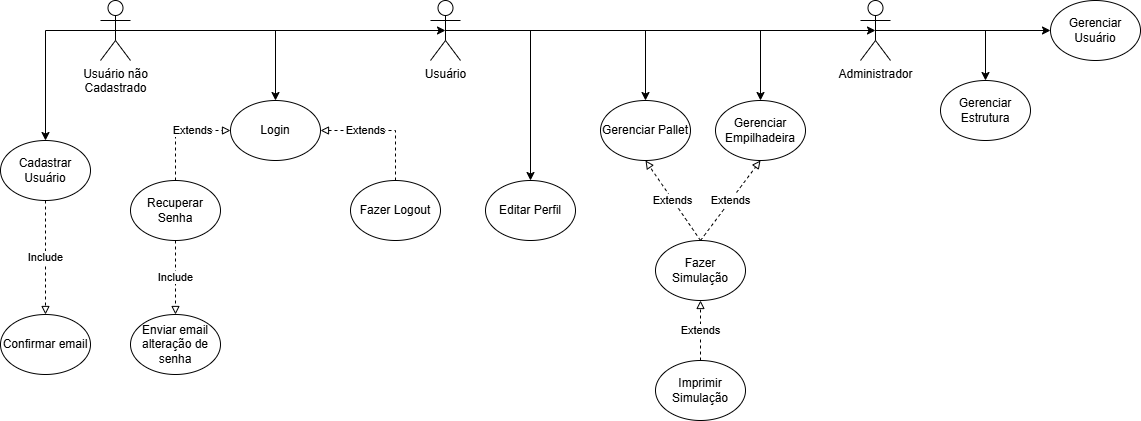
Before: 04.Diagrama Caso de Uso/01 - ALTO NIVEL/UML JAVA-LIDAY.png, a diagram exported from draw.io (JoaoKF1/Java-liday). Source tidied: cells renumbered, new cells last; positions are measured from the earlier drawing's top-left corner, leaving out a move shared by most shapes.
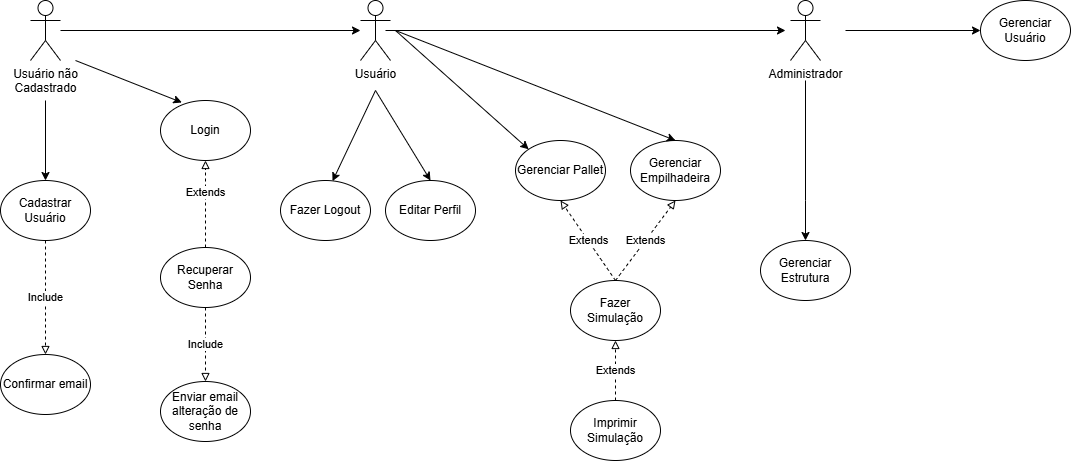
The same file after the commit.

What changed in the source:
```diff
@@ -5,63 +5,66 @@
     <mxCell id="2" value="Usuário" style="shape=umlActor;verticalLabelPosition=bottom;verticalAlign=top;html=1;outlineConnect=0;" parent="1" vertex="1">
       <mxGeometry x="430" width="30" height="60" as="geometry" />
     </mxCell>
-    <mxCell id="3" style="edgeStyle=orthogonalEdgeStyle;rounded=0;jettySize=auto;html=1;exitX=0.5;exitY=0.5;exitDx=0;exitDy=0;exitPerimeter=0;entryX=0.5;entryY=0;entryDx=0;entryDy=0;" parent="1" edge="1" source="5" target="11">
-      <mxGeometry relative="1" as="geometry" />
+    <mxCell id="3" style="edgeStyle=orthogonalEdgeStyle;rounded=0;jettySize=auto;html=1;entryX=0.5;entryY=0;entryDx=0;entryDy=0;" parent="1" edge="1" target="11">
+      <mxGeometry relative="1" as="geometry">
+        <mxPoint x="875" y="80" as="sourcePoint" />
+        <Array as="points">
+          <mxPoint x="875" y="200" />
+        </Array>
+      </mxGeometry>
     </mxCell>
-    <mxCell id="4" style="edgeStyle=orthogonalEdgeStyle;rounded=0;jettySize=auto;html=1;exitX=0.5;exitY=0.5;exitDx=0;exitDy=0;exitPerimeter=0;entryX=0;entryY=0.5;entryDx=0;entryDy=0;" parent="1" edge="1" source="5" target="16">
-      <mxGeometry relative="1" as="geometry" />
+    <mxCell id="4" style="edgeStyle=orthogonalEdgeStyle;rounded=0;jettySize=auto;html=1;entryX=0;entryY=0.5;entryDx=0;entryDy=0;" parent="1" edge="1" target="16">
+      <mxGeometry relative="1" as="geometry">
+        <mxPoint x="915" y="30" as="sourcePoint" />
+      </mxGeometry>
     </mxCell>
     <mxCell id="5" value="Administrador" style="shape=umlActor;verticalLabelPosition=bottom;verticalAlign=top;html=1;outlineConnect=0;" parent="1" vertex="1">
       <mxGeometry x="860" width="30" height="60" as="geometry" />
     </mxCell>
     <mxCell id="6" value="Cadastrar Usuário" style="ellipse;whiteSpace=wrap;html=1;" parent="1" vertex="1">
-      <mxGeometry y="140" width="90" height="60" as="geometry" />
+      <mxGeometry x="70" y="180" width="90" height="60" as="geometry" />
     </mxCell>
     <mxCell id="7" value="Confirmar email" style="ellipse;whiteSpace=wrap;html=1;" parent="1" vertex="1">
-      <mxGeometry y="314" width="90" height="60" as="geometry" />
+      <mxGeometry x="70" y="354" width="90" height="60" as="geometry" />
     </mxCell>
     <mxCell id="8" value="Login" style="ellipse;whiteSpace=wrap;html=1;" parent="1" vertex="1">
       <mxGeometry x="230" y="100" width="90" height="60" as="geometry" />
     </mxCell>
     <mxCell id="9" value="Gerenciar Pallet" style="ellipse;whiteSpace=wrap;html=1;" parent="1" vertex="1">
-      <mxGeometry x="600" y="100" width="90" height="60" as="geometry" />
+      <mxGeometry x="585" y="140" width="90" height="60" as="geometry" />
     </mxCell>
     <mxCell id="10" value="Gerenciar Empilhadeira" style="ellipse;whiteSpace=wrap;html=1;" parent="1" vertex="1">
-      <mxGeometry x="715" y="100" width="90" height="60" as="geometry" />
+      <mxGeometry x="700" y="140" width="90" height="60" as="geometry" />
     </mxCell>
     <mxCell id="11" value="Gerenciar Estrutura" style="ellipse;whiteSpace=wrap;html=1;" parent="1" vertex="1">
-      <mxGeometry x="940" y="80" width="90" height="60" as="geometry" />
+      <mxGeometry x="830" y="240" width="90" height="60" as="geometry" />
     </mxCell>
     <mxCell id="12" value="Fazer Simulação" style="ellipse;whiteSpace=wrap;html=1;" parent="1" vertex="1">
-      <mxGeometry x="655" y="240" width="90" height="60" as="geometry" />
+      <mxGeometry x="640" y="280" width="90" height="60" as="geometry" />
     </mxCell>
     <mxCell id="13" value="Fazer Logout" style="ellipse;whiteSpace=wrap;html=1;" parent="1" vertex="1">
       <mxGeometry x="350" y="180" width="90" height="60" as="geometry" />
     </mxCell>
     <mxCell id="14" value="Recuperar Senha" style="ellipse;whiteSpace=wrap;html=1;" parent="1" vertex="1">
-      <mxGeometry x="130" y="180" width="90" height="60" as="geometry" />
+      <mxGeometry x="230" y="247" width="90" height="60" as="geometry" />
     </mxCell>
     <mxCell id="15" value="Enviar email alteração de senha" style="ellipse;whiteSpace=wrap;html=1;" parent="1" vertex="1">
-      <mxGeometry x="130" y="314" width="90" height="60" as="geometry" />
+      <mxGeometry x="230" y="381" width="90" height="60" as="geometry" />
     </mxCell>
     <mxCell id="16" value="Gerenciar Usuário" style="ellipse;whiteSpace=wrap;html=1;" parent="1" vertex="1">
       <mxGeometry x="1050" width="90" height="60" as="geometry" />
     </mxCell>
     <mxCell id="17" value="Editar Perfil" style="ellipse;whiteSpace=wrap;html=1;" parent="1" vertex="1">
-      <mxGeometry x="485" y="180" width="90" height="60" as="geometry" />
+      <mxGeometry x="455" y="180" width="90" height="60" as="geometry" />
     </mxCell>
     <mxCell id="18" value="Imprimir Simulação" style="ellipse;whiteSpace=wrap;html=1;" parent="1" vertex="1">
-      <mxGeometry x="655" y="360" width="90" height="60" as="geometry" />
+      <mxGeometry x="640" y="400" width="90" height="60" as="geometry" />
     </mxCell>
     <mxCell id="19" value="Include" style="endArrow=block;endFill=0;html=1;rounded=0;exitX=0.5;exitY=1;exitDx=0;exitDy=0;entryX=0.5;entryY=0;entryDx=0;entryDy=0;dashed=1;" parent="1" edge="1" source="6" target="7">
       <mxGeometry relative="1" as="geometry" />
     </mxCell>
-    <mxCell id="20" value="Extends" style="endArrow=block;endFill=0;html=1;rounded=0;exitX=0.5;exitY=0;exitDx=0;exitDy=0;entryX=0;entryY=0.5;entryDx=0;entryDy=0;dashed=1;" parent="1" edge="1" source="14" target="8">
-      <mxGeometry x="0.28" relative="1" as="geometry">
-        <Array as="points">
-          <mxPoint x="175" y="130" />
-        </Array>
-      </mxGeometry>
+    <mxCell id="20" value="Extends" style="endArrow=block;endFill=0;html=1;rounded=0;exitX=0.5;exitY=0;exitDx=0;exitDy=0;entryX=0.5;entryY=1;entryDx=0;entryDy=0;dashed=1;" parent="1" edge="1" source="14" target="8">
+      <mxGeometry x="0.28" relative="1" as="geometry" />
     </mxCell>
     <mxCell id="21" value="Include" style="endArrow=block;endFill=0;html=1;rounded=0;exitX=0.5;exitY=1;exitDx=0;exitDy=0;entryX=0.5;entryY=0;entryDx=0;entryDy=0;dashed=1;" parent="1" edge="1" source="14" target="15">
       <mxGeometry relative="1" as="geometry" />
@@ -75,56 +78,47 @@
     <mxCell id="24" value="Extends" style="endArrow=block;endFill=0;html=1;rounded=0;exitX=0.5;exitY=0;exitDx=0;exitDy=0;entryX=0.5;entryY=1;entryDx=0;entryDy=0;dashed=1;" parent="1" edge="1" source="18" target="12">
       <mxGeometry relative="1" as="geometry" />
     </mxCell>
-    <mxCell id="25" value="Extends" style="endArrow=block;endFill=0;html=1;rounded=0;exitX=0.5;exitY=0;exitDx=0;exitDy=0;entryX=1;entryY=0.5;entryDx=0;entryDy=0;dashed=1;" parent="1" edge="1" source="13" target="8">
-      <mxGeometry x="0.28" relative="1" as="geometry">
-        <Array as="points">
-          <mxPoint x="395" y="130" />
-        </Array>
-      </mxGeometry>
-    </mxCell>
     <mxCell id="26" value="Usuário não&lt;div&gt;Cadastrado&lt;/div&gt;" style="shape=umlActor;verticalLabelPosition=bottom;verticalAlign=top;html=1;outlineConnect=0;" parent="1" vertex="1">
       <mxGeometry x="100" width="30" height="60" as="geometry" />
     </mxCell>
-    <mxCell id="27" style="endArrow=classic;html=1;rounded=0;exitX=0.5;exitY=0.5;exitDx=0;exitDy=0;exitPerimeter=0;entryX=0.5;entryY=0.5;entryDx=0;entryDy=0;entryPerimeter=0;" parent="1" edge="1" source="2" target="5">
-      <mxGeometry relative="1" as="geometry" />
+    <mxCell id="27" style="endArrow=classic;html=1;rounded=0;" parent="1" edge="1">
+      <mxGeometry relative="1" as="geometry">
+        <mxPoint x="455" y="30" as="sourcePoint" />
+        <mxPoint x="855" y="30" as="targetPoint" />
+      </mxGeometry>
     </mxCell>
-    <mxCell id="28" style="endArrow=classic;html=1;rounded=0;exitX=0.5;exitY=0.5;exitDx=0;exitDy=0;exitPerimeter=0;entryX=0.5;entryY=0;entryDx=0;entryDy=0;" parent="1" edge="1" source="26" target="6">
+    <mxCell id="28" style="endArrow=classic;html=1;rounded=0;entryX=0.5;entryY=0;entryDx=0;entryDy=0;" parent="1" edge="1" target="6">
       <mxGeometry relative="1" as="geometry">
-        <Array as="points">
-          <mxPoint x="45" y="30" />
-        </Array>
+        <mxPoint x="115" y="100" as="sourcePoint" />
       </mxGeometry>
     </mxCell>
-    <mxCell id="29" style="endArrow=classic;html=1;rounded=0;exitX=0.5;exitY=0.5;exitDx=0;exitDy=0;exitPerimeter=0;entryX=0.5;entryY=0.5;entryDx=0;entryDy=0;entryPerimeter=0;" parent="1" edge="1" source="26" target="2">
+    <mxCell id="29" style="endArrow=classic;html=1;rounded=0;" parent="1" edge="1" source="26" target="2">
       <mxGeometry relative="1" as="geometry" />
     </mxCell>
-    <mxCell id="30" style="endArrow=classic;html=1;rounded=0;exitX=0.5;exitY=0.5;exitDx=0;exitDy=0;exitPerimeter=0;" parent="1" edge="1" source="26" target="8">
-      <mxGeometry relative="1" as="geometry">
-        <Array as="points">
-          <mxPoint x="275" y="30" />
-        </Array>
-      </mxGeometry>
-    </mxCell>
-    <mxCell id="31" style="endArrow=classic;html=1;rounded=0;exitX=0.5;exitY=0.5;exitDx=0;exitDy=0;exitPerimeter=0;entryX=0.5;entryY=0;entryDx=0;entryDy=0;" parent="1" edge="1" source="2" target="17">
+    <mxCell id="31" style="endArrow=classic;html=1;rounded=0;entryX=0.5;entryY=0;entryDx=0;entryDy=0;" parent="1" edge="1" target="17">
       <mxGeometry relative="1" as="geometry">
-        <Array as="points">
-          <mxPoint x="530" y="30" />
-        </Array>
+        <mxPoint x="445" y="90" as="sourcePoint" />
       </mxGeometry>
     </mxCell>
-    <mxCell id="32" style="endArrow=classic;html=1;rounded=0;exitX=0.5;exitY=0.5;exitDx=0;exitDy=0;exitPerimeter=0;entryX=0.5;entryY=0;entryDx=0;entryDy=0;" parent="1" edge="1" source="2" target="9">
+    <mxCell id="32" style="endArrow=classic;html=1;rounded=0;entryX=0;entryY=0;entryDx=0;entryDy=0;" parent="1" edge="1" target="9">
       <mxGeometry relative="1" as="geometry">
-        <Array as="points">
-          <mxPoint x="645" y="30" />
-        </Array>
+        <mxPoint x="465" y="30" as="sourcePoint" />
       </mxGeometry>
     </mxCell>
-    <mxCell id="33" style="endArrow=classic;html=1;rounded=0;exitX=0.5;exitY=0.5;exitDx=0;exitDy=0;exitPerimeter=0;entryX=0.5;entryY=0;entryDx=0;entryDy=0;" parent="1" edge="1" source="2" target="10">
+    <mxCell id="33" style="endArrow=classic;html=1;rounded=0;entryX=0.5;entryY=0;entryDx=0;entryDy=0;" parent="1" edge="1" target="10">
       <mxGeometry relative="1" as="geometry">
-        <Array as="points">
-          <mxPoint x="760" y="30" />
-        </Array>
+        <mxPoint x="465" y="30" as="sourcePoint" />
       </mxGeometry>
     </mxCell>
+    <mxCell id="34" style="endArrow=classic;html=1;rounded=0;entryX=0.578;entryY=0.011;entryDx=0;entryDy=0;entryPerimeter=0;" parent="1" edge="1" target="13">
+      <mxGeometry relative="1" as="geometry">
+        <mxPoint x="445" y="90" as="sourcePoint" />
+      </mxGeometry>
+    </mxCell>
+    <mxCell id="35" style="endArrow=classic;html=1;rounded=0;entryX=0.237;entryY=0.033;entryDx=0;entryDy=0;entryPerimeter=0;" parent="1" edge="1" target="8">
+      <mxGeometry relative="1" as="geometry">
+        <mxPoint x="145" y="60" as="sourcePoint" />
+      </mxGeometry>
+    </mxCell>
   </root>
 </mxGraphModel>
```
